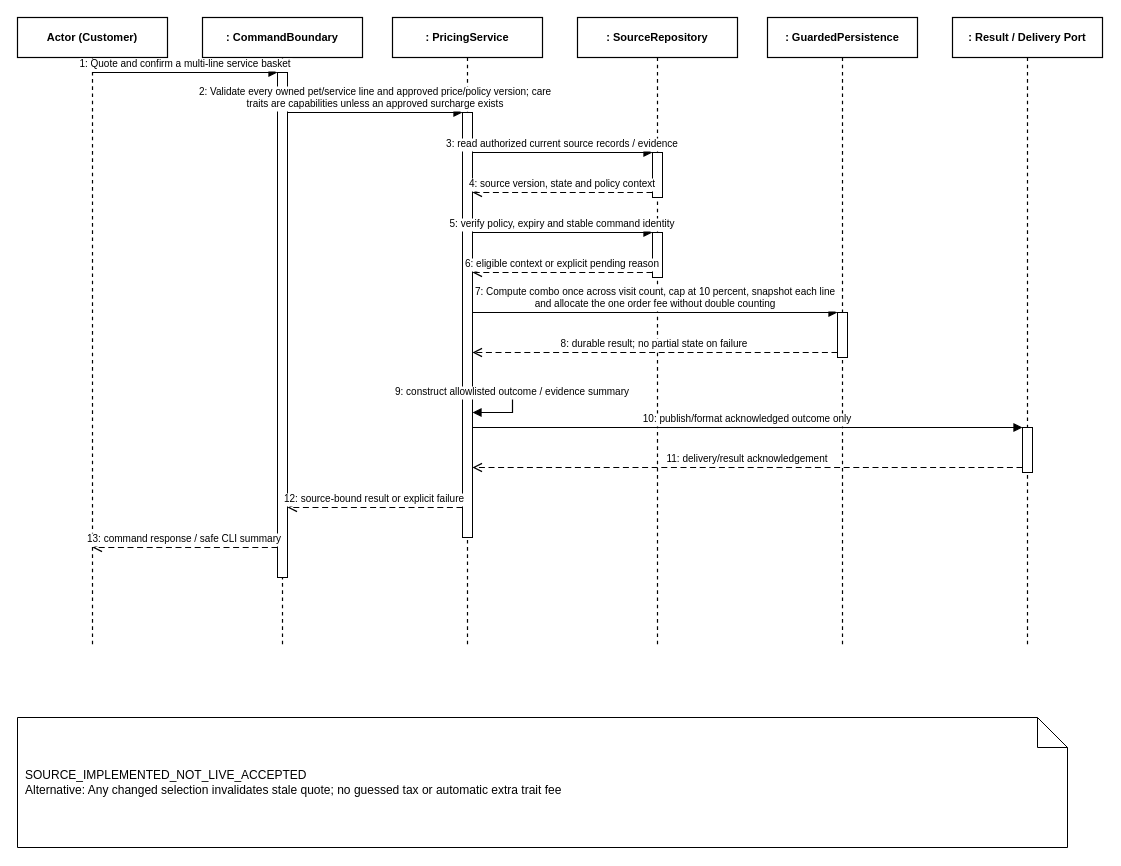
Before: doc/reports/report4/sequence/book-01.drawio in ngocthanhhx7/SEP490_G101_FALL2026, a draw.io diagram. Source tidied: cells renumbered, new cells numbered last; positions are measured from the earlier drawing's top-left corner, leaving out a move shared by most shapes. Both pictures are drawn from the tidied source at 100%, with x=0, y=0 at pixel (17, 17).
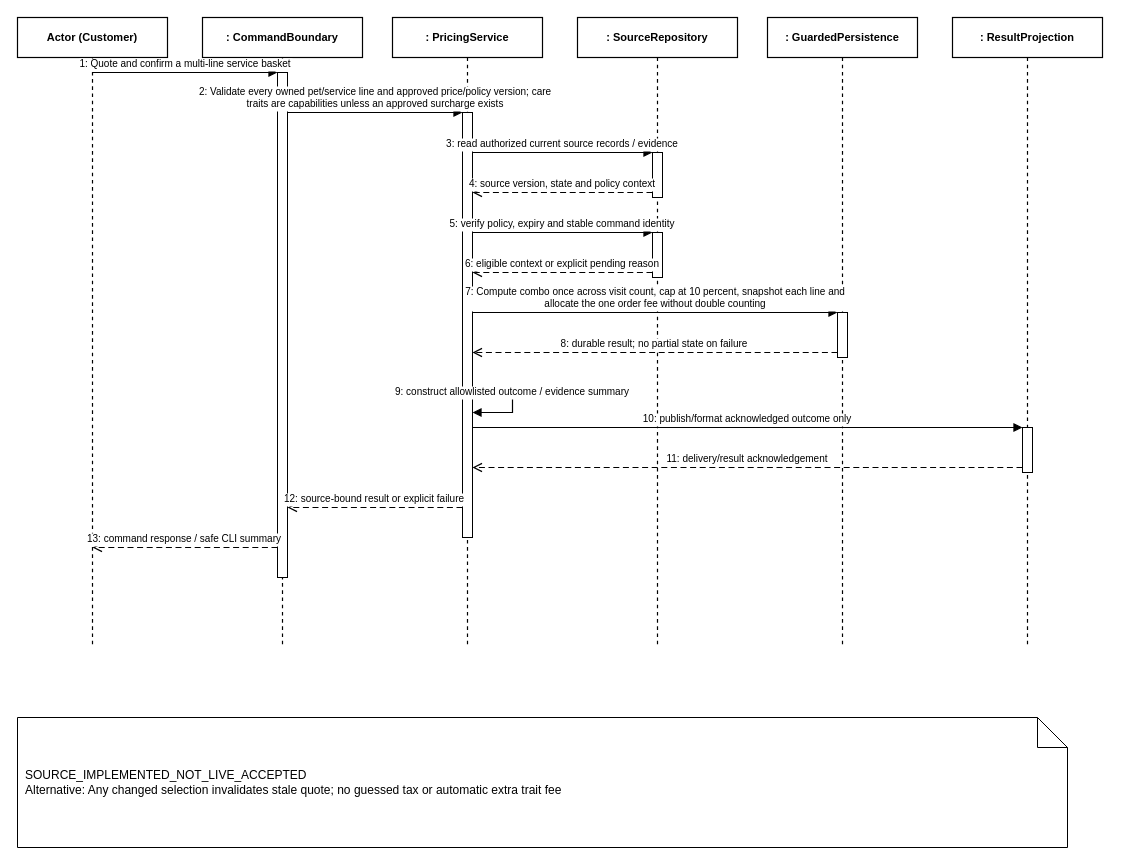
The same diagram, later.

Diff of the diagram source:
```diff
@@
-    <mxCell id="7" value=": Result / Delivery Port" style="shape=umlLifeline;perimeter=lifelinePerimeter;whiteSpace=wrap;html=0;size=40;fillColor=#FFFFFF;strokeColor=#000000;strokeWidth=1.2;fontStyle=1;fontSize=11;align=center;" parent="1" vertex="1">
+    <mxCell id="7" value=": ResultProjection" style="shape=umlLifeline;perimeter=lifelinePerimeter;whiteSpace=wrap;html=0;size=40;fillColor=#FFFFFF;strokeColor=#000000;strokeWidth=1.2;fontStyle=1;fontSize=11;align=center;" parent="1" vertex="1">
       <mxGeometry x="935" width="150" height="630" as="geometry" />
     </mxCell>
@@
-    <mxCell id="20" value="7: Compute combo once across visit count, cap at 10 percent, snapshot each line&#10;and allocate the one order fee without double counting" style="html=0;verticalAlign=bottom;endArrow=block;endFill=1;strokeColor=#000000;strokeWidth=1.2;fontSize=10;fontColor=#000000;edgeStyle=orthogonalEdgeStyle;rounded=0;" parent="1" edge="1">
+    <mxCell id="20" value="7: Compute combo once across visit count, cap at 10 percent, snapshot each line and&#10;allocate the one order fee without double counting" style="html=0;verticalAlign=bottom;endArrow=block;endFill=1;strokeColor=#000000;strokeWidth=1.2;fontSize=10;fontColor=#000000;edgeStyle=orthogonalEdgeStyle;rounded=0;" parent="1" edge="1">
       <mxGeometry relative="1" as="geometry">
         <mxPoint x="455" y="295" as="sourcePoint" />
         <mxPoint x="820" y="295" as="targetPoint" />
       </mxGeometry>
     </mxCell>
```
